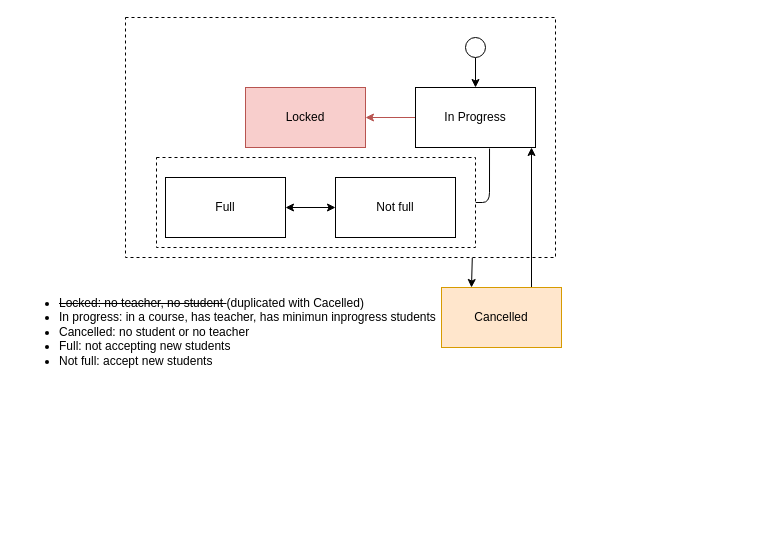
Above: page "SubjectState" (6 of 10) of architecture/components-phase1.drawio in douglasdcm/tdd_detroid (draw.io), before the change. Source tidied: cells renumbered, new cells numbered last; positions are measured from the earlier drawing's top-left corner, leaving out a move shared by most shapes. Both pictures are drawn from the tidied source at 100%, with x=0, y=0 at pixel (17, 17).
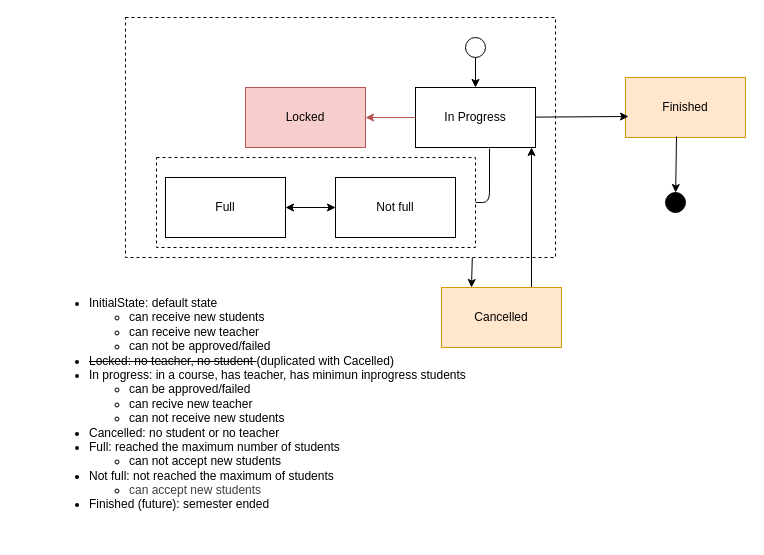
After the change.

The change refers to these unchanged cells:
```xml
<mxCell id="10" value="In Progress" style="rounded=0;whiteSpace=wrap;html=1;" parent="1" vertex="1">
  <mxGeometry x="398" y="70" width="120" height="60" as="geometry" />
</mxCell>
```

The edit, as a diff of the source:
```diff
@@
-    <mxCell id="2" value="&lt;div&gt;&lt;ul&gt;&lt;li&gt;&lt;strike&gt;Locked: no teacher, no student &lt;/strike&gt;(duplicated with Cacelled)&lt;/li&gt;&lt;li&gt;In progress: in a course, has teacher, has minimun inprogress students&lt;/li&gt;&lt;li&gt;Cancelled: no student or no teacher&lt;/li&gt;&lt;li&gt;Full: not accepting new students&lt;/li&gt;&lt;li&gt;Not full: accept new students&lt;/li&gt;&lt;/ul&gt;&lt;/div&gt;" style="text;html=1;align=left;verticalAlign=top;whiteSpace=wrap;rounded=0;" parent="1" vertex="1">
-      <mxGeometry y="260" width="700" height="260" as="geometry" />
+    <mxCell id="2" value="&lt;div&gt;&lt;ul&gt;&lt;li&gt;InitialState: default state&lt;/li&gt;&lt;ul&gt;&lt;li&gt;can receive new students&lt;/li&gt;&lt;li&gt;can receive new teacher&lt;/li&gt;&lt;li&gt;can not be approved/failed&lt;/li&gt;&lt;/ul&gt;&lt;li&gt;&lt;strike&gt;Locked: no teacher, no student &lt;/strike&gt;(duplicated with Cacelled)&lt;/li&gt;&lt;li&gt;In progress: in a course, has teacher, has minimun inprogress students&lt;/li&gt;&lt;ul&gt;&lt;li&gt;can be approved/failed&lt;/li&gt;&lt;li&gt;can recive new teacher&lt;/li&gt;&lt;li&gt;can not receive new students&lt;/li&gt;&lt;/ul&gt;&lt;li&gt;Cancelled: no student or no teacher&lt;/li&gt;&lt;li&gt;Full: reached the maximum number of students&lt;/li&gt;&lt;ul&gt;&lt;li&gt;can not accept new students&lt;/li&gt;&lt;/ul&gt;&lt;li&gt;Not full: not reached the maximum of students&lt;/li&gt;&lt;ul&gt;&lt;li&gt;&lt;span style=&quot;color: rgb(63, 63, 63);&quot;&gt;can accept new students&lt;/span&gt;&lt;/li&gt;&lt;/ul&gt;&lt;li&gt;Finished (future): semester ended&lt;/li&gt;&lt;/ul&gt;&lt;/div&gt;" style="text;html=1;align=left;verticalAlign=top;whiteSpace=wrap;rounded=0;" parent="1" vertex="1">
+      <mxGeometry x="30" y="260" width="700" height="260" as="geometry" />
     </mxCell>
@@
+    <mxCell id="17" value="Finished" style="rounded=0;whiteSpace=wrap;html=1;fillColor=#ffe6cc;strokeColor=#d79b00;" parent="1" vertex="1">
+      <mxGeometry x="608" y="60" width="120" height="60" as="geometry" />
+    </mxCell>
+    <mxCell id="18" style="edgeStyle=none;html=1;entryX=0.025;entryY=0.65;entryDx=0;entryDy=0;entryPerimeter=0;" parent="1" edge="1" source="10" target="17">
+      <mxGeometry relative="1" as="geometry" />
+    </mxCell>
+    <mxCell id="19" style="edgeStyle=none;html=1;exitX=0.425;exitY=0.983;exitDx=0;exitDy=0;exitPerimeter=0;" parent="1" edge="1" source="17" target="20">
+      <mxGeometry relative="1" as="geometry" />
+    </mxCell>
+    <mxCell id="20" style="ellipse;whiteSpace=wrap;html=1;fillStyle=auto;fillColor=#000000;" parent="1" vertex="1">
+      <mxGeometry x="648" y="175" width="20" height="20" as="geometry" />
+    </mxCell>
```
